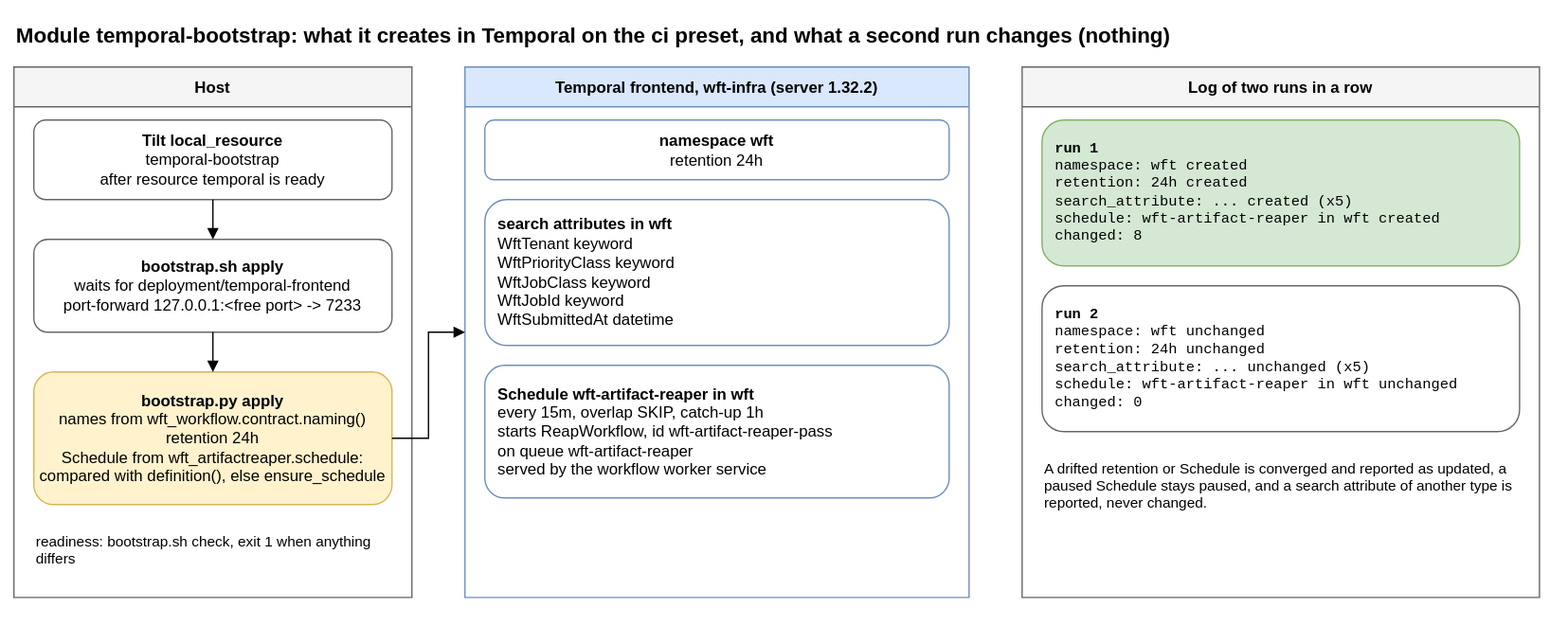
Earlier version of the draw.io export deploy/temporal/bootstrap/bootstrap.drawio.svg (AndoNorth/disyard). Source tidied: cells renumbered, new cells last; positions are measured from the earlier drawing's top-left corner, leaving out a move shared by most shapes.
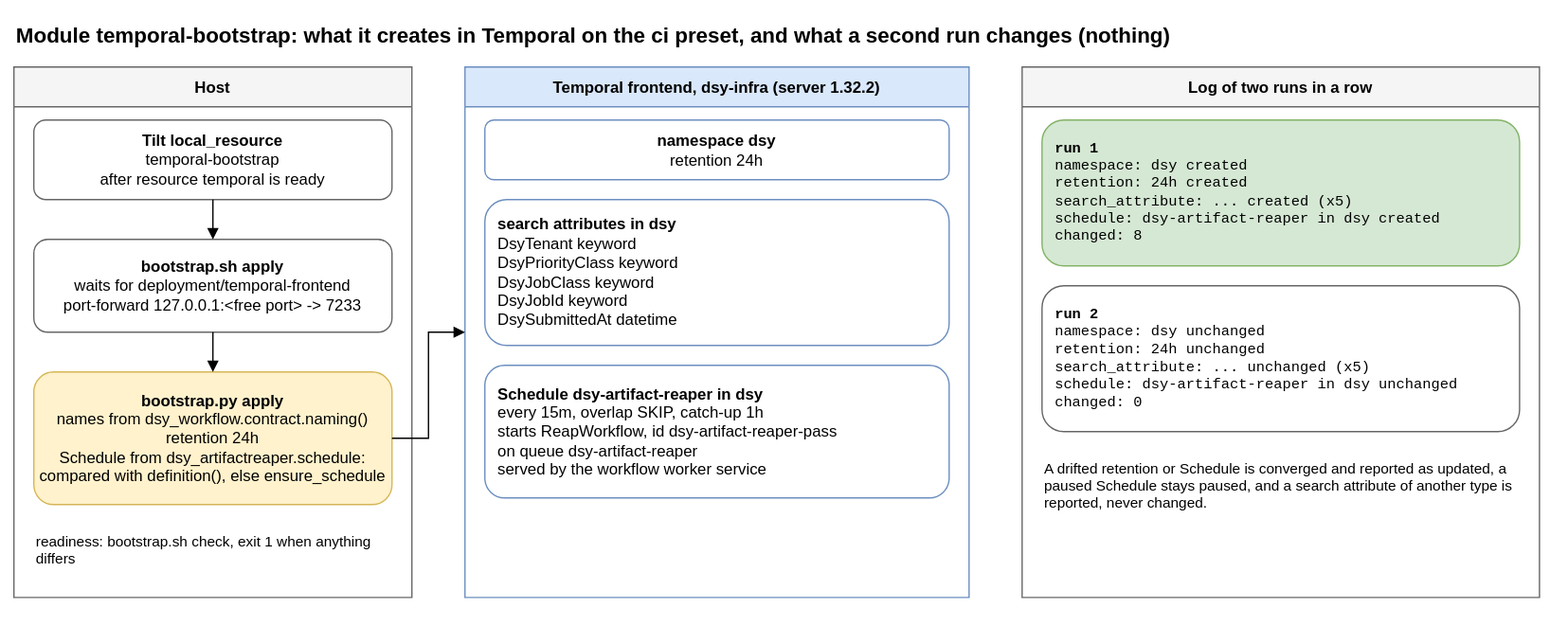
After the commit.

Change to the diagram source:
```diff
@@ -14,7 +14,7 @@
     <mxCell id="5" value="&lt;b&gt;bootstrap.sh apply&lt;/b&gt;&lt;br&gt;waits for deployment/temporal-frontend&lt;br&gt;port-forward 127.0.0.1:&amp;lt;free port&amp;gt; -&amp;gt; 7233" style="rounded=1;whiteSpace=wrap;html=1;fillColor=#ffffff;strokeColor=#666666;" parent="3" vertex="1">
       <mxGeometry x="15" y="130" width="270" height="70" as="geometry" />
     </mxCell>
-    <mxCell id="6" value="&lt;b&gt;bootstrap.py apply&lt;/b&gt;&lt;br&gt;names from wft_workflow.contract.naming()&lt;br&gt;retention 24h&lt;br&gt;Schedule from wft_artifactreaper.schedule:&lt;br&gt;compared with definition(), else ensure_schedule" style="rounded=1;whiteSpace=wrap;html=1;fillColor=#fff2cc;strokeColor=#d6b656;" parent="3" vertex="1">
+    <mxCell id="6" value="&lt;b&gt;bootstrap.py apply&lt;/b&gt;&lt;br&gt;names from dsy_workflow.contract.naming()&lt;br&gt;retention 24h&lt;br&gt;Schedule from dsy_artifactreaper.schedule:&lt;br&gt;compared with definition(), else ensure_schedule" style="rounded=1;whiteSpace=wrap;html=1;fillColor=#fff2cc;strokeColor=#d6b656;" parent="3" vertex="1">
       <mxGeometry x="15" y="230" width="270" height="100" as="geometry" />
     </mxCell>
     <mxCell id="7" value="readiness: bootstrap.sh check, exit 1 when anything differs" style="text;html=1;align=left;whiteSpace=wrap;fontSize=11;" parent="3" vertex="1">
@@ -26,16 +26,16 @@
     <mxCell id="9" style="edgeStyle=orthogonalEdgeStyle;rounded=0;html=1;endArrow=block;" parent="3" edge="1" source="5" target="6">
       <mxGeometry relative="1" as="geometry" />
     </mxCell>
-    <mxCell id="10" value="Temporal frontend, wft-infra (server 1.32.2)" style="swimlane;startSize=30;fillColor=#dae8fc;strokeColor=#6c8ebf;fontStyle=1;" parent="1" vertex="1">
+    <mxCell id="10" value="Temporal frontend, dsy-infra (server 1.32.2)" style="swimlane;startSize=30;fillColor=#dae8fc;strokeColor=#6c8ebf;fontStyle=1;" parent="1" vertex="1">
       <mxGeometry x="340" y="40" width="380" height="400" as="geometry" />
     </mxCell>
-    <mxCell id="11" value="&lt;b&gt;namespace wft&lt;/b&gt;&lt;br&gt;retention 24h" style="rounded=1;whiteSpace=wrap;html=1;fillColor=#ffffff;strokeColor=#6c8ebf;" parent="10" vertex="1">
+    <mxCell id="11" value="&lt;b&gt;namespace dsy&lt;/b&gt;&lt;br&gt;retention 24h" style="rounded=1;whiteSpace=wrap;html=1;fillColor=#ffffff;strokeColor=#6c8ebf;" parent="10" vertex="1">
       <mxGeometry x="15" y="40" width="350" height="45" as="geometry" />
     </mxCell>
-    <mxCell id="12" value="&lt;b&gt;search attributes in wft&lt;/b&gt;&lt;br&gt;WftTenant keyword&lt;br&gt;WftPriorityClass keyword&lt;br&gt;WftJobClass keyword&lt;br&gt;WftJobId keyword&lt;br&gt;WftSubmittedAt datetime" style="rounded=1;whiteSpace=wrap;html=1;fillColor=#ffffff;strokeColor=#6c8ebf;align=left;spacingLeft=8;" parent="10" vertex="1">
+    <mxCell id="12" value="&lt;b&gt;search attributes in dsy&lt;/b&gt;&lt;br&gt;DsyTenant keyword&lt;br&gt;DsyPriorityClass keyword&lt;br&gt;DsyJobClass keyword&lt;br&gt;DsyJobId keyword&lt;br&gt;DsySubmittedAt datetime" style="rounded=1;whiteSpace=wrap;html=1;fillColor=#ffffff;strokeColor=#6c8ebf;align=left;spacingLeft=8;" parent="10" vertex="1">
       <mxGeometry x="15" y="100" width="350" height="110" as="geometry" />
     </mxCell>
-    <mxCell id="13" value="&lt;b&gt;Schedule wft-artifact-reaper in wft&lt;/b&gt;&lt;br&gt;every 15m, overlap SKIP, catch-up 1h&lt;br&gt;starts ReapWorkflow, id wft-artifact-reaper-pass&lt;br&gt;on queue wft-artifact-reaper&lt;br&gt;served by the workflow worker service" style="rounded=1;whiteSpace=wrap;html=1;fillColor=#ffffff;strokeColor=#6c8ebf;align=left;spacingLeft=8;" parent="10" vertex="1">
+    <mxCell id="13" value="&lt;b&gt;Schedule dsy-artifact-reaper in dsy&lt;/b&gt;&lt;br&gt;every 15m, overlap SKIP, catch-up 1h&lt;br&gt;starts ReapWorkflow, id dsy-artifact-reaper-pass&lt;br&gt;on queue dsy-artifact-reaper&lt;br&gt;served by the workflow worker service" style="rounded=1;whiteSpace=wrap;html=1;fillColor=#ffffff;strokeColor=#6c8ebf;align=left;spacingLeft=8;" parent="10" vertex="1">
       <mxGeometry x="15" y="225" width="350" height="100" as="geometry" />
     </mxCell>
     <mxCell id="14" style="edgeStyle=orthogonalEdgeStyle;rounded=0;html=1;endArrow=block;" parent="1" edge="1" source="6" target="10">
@@ -44,10 +44,10 @@
     <mxCell id="15" value="Log of two runs in a row" style="swimlane;startSize=30;fillColor=#f5f5f5;strokeColor=#666666;fontStyle=1;" parent="1" vertex="1">
       <mxGeometry x="760" y="40" width="390" height="400" as="geometry" />
     </mxCell>
-    <mxCell id="16" value="&lt;b&gt;run 1&lt;/b&gt;&lt;br&gt;namespace: wft created&lt;br&gt;retention: 24h created&lt;br&gt;search_attribute: ... created (x5)&lt;br&gt;schedule: wft-artifact-reaper in wft created&lt;br&gt;changed: 8" style="rounded=1;whiteSpace=wrap;html=1;fillColor=#d5e8d4;strokeColor=#82b366;align=left;spacingLeft=8;fontFamily=Courier New;fontSize=11;" parent="15" vertex="1">
+    <mxCell id="16" value="&lt;b&gt;run 1&lt;/b&gt;&lt;br&gt;namespace: dsy created&lt;br&gt;retention: 24h created&lt;br&gt;search_attribute: ... created (x5)&lt;br&gt;schedule: dsy-artifact-reaper in dsy created&lt;br&gt;changed: 8" style="rounded=1;whiteSpace=wrap;html=1;fillColor=#d5e8d4;strokeColor=#82b366;align=left;spacingLeft=8;fontFamily=Courier New;fontSize=11;" parent="15" vertex="1">
       <mxGeometry x="15" y="40" width="360" height="110" as="geometry" />
     </mxCell>
-    <mxCell id="17" value="&lt;b&gt;run 2&lt;/b&gt;&lt;br&gt;namespace: wft unchanged&lt;br&gt;retention: 24h unchanged&lt;br&gt;search_attribute: ... unchanged (x5)&lt;br&gt;schedule: wft-artifact-reaper in wft unchanged&lt;br&gt;changed: 0" style="rounded=1;whiteSpace=wrap;html=1;fillColor=#ffffff;strokeColor=#666666;align=left;spacingLeft=8;fontFamily=Courier New;fontSize=11;" parent="15" vertex="1">
+    <mxCell id="17" value="&lt;b&gt;run 2&lt;/b&gt;&lt;br&gt;namespace: dsy unchanged&lt;br&gt;retention: 24h unchanged&lt;br&gt;search_attribute: ... unchanged (x5)&lt;br&gt;schedule: dsy-artifact-reaper in dsy unchanged&lt;br&gt;changed: 0" style="rounded=1;whiteSpace=wrap;html=1;fillColor=#ffffff;strokeColor=#666666;align=left;spacingLeft=8;fontFamily=Courier New;fontSize=11;" parent="15" vertex="1">
       <mxGeometry x="15" y="165" width="360" height="110" as="geometry" />
     </mxCell>
     <mxCell id="18" value="A drifted retention or Schedule is converged and reported as updated, a paused Schedule stays paused, and a search attribute of another type is reported, never changed." style="text;html=1;align=left;whiteSpace=wrap;fontSize=11;" parent="15" vertex="1">
```
